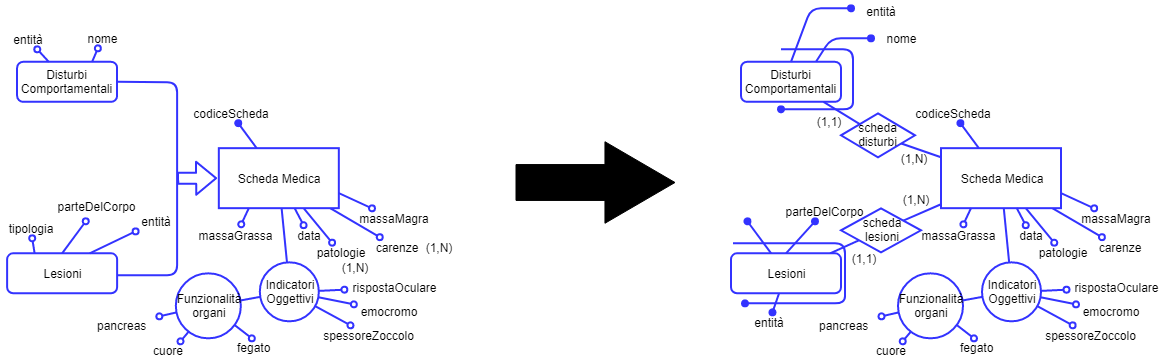
Before: ridondanze/scheda_medica.png, a diagram exported from draw.io (glmquint/Farmhouse). Source tidied: cells renumbered, new cells last; positions are measured from the earlier drawing's top-left corner, leaving out a move shared by most shapes.
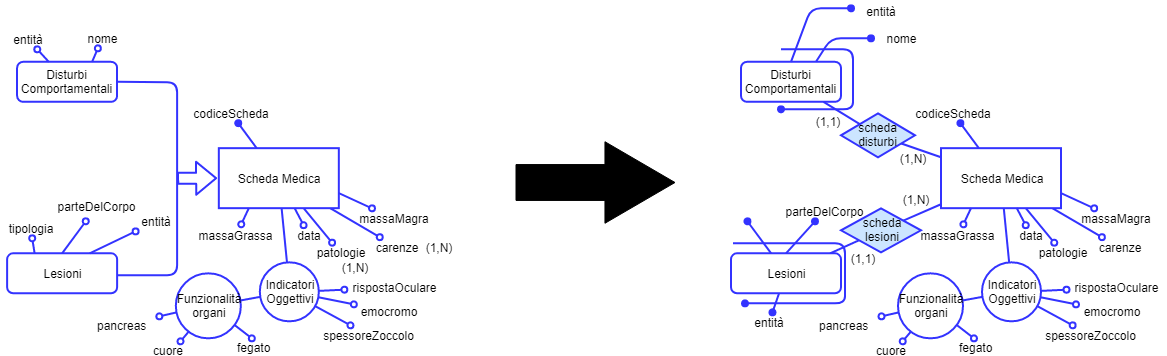
Later version of the same file.

Change to the diagram source:
```diff
@@ -260,13 +260,13 @@
     <mxCell id="80" style="edgeStyle=none;rounded=1;jettySize=auto;html=1;endArrow=none;endFill=0;strokeColor=#3333FF;strokeWidth=2;" parent="1" edge="1" source="81" target="51">
       <mxGeometry relative="1" as="geometry" />
     </mxCell>
-    <mxCell id="81" value="scheda&lt;br&gt;lesioni" style="rhombus;whiteSpace=wrap;html=1;strokeColor=#3333FF;strokeWidth=2;" parent="1" vertex="1">
+    <mxCell id="81" value="scheda&lt;br&gt;lesioni" style="rhombus;whiteSpace=wrap;html=1;strokeColor=#3333FF;strokeWidth=2;fillColor=#CCE5FF;" parent="1" vertex="1">
       <mxGeometry x="840.5" y="206.8" width="80" height="44" as="geometry" />
     </mxCell>
     <mxCell id="82" style="edgeStyle=none;rounded=1;jettySize=auto;html=1;endArrow=none;endFill=0;strokeColor=#3333FF;strokeWidth=2;" parent="1" edge="1" source="83" target="56">
       <mxGeometry relative="1" as="geometry" />
     </mxCell>
-    <mxCell id="83" value="scheda&lt;br&gt;disturbi" style="rhombus;whiteSpace=wrap;html=1;strokeColor=#3333FF;strokeWidth=2;" parent="1" vertex="1">
+    <mxCell id="83" value="scheda&lt;br&gt;disturbi" style="rhombus;whiteSpace=wrap;html=1;strokeColor=#3333FF;strokeWidth=2;fillColor=#CCE5FF;" parent="1" vertex="1">
       <mxGeometry x="840.5" y="111.8" width="74" height="44" as="geometry" />
     </mxCell>
     <mxCell id="84" value="(1,1)" style="text;html=1;strokeColor=none;fillColor=none;align=center;verticalAlign=middle;whiteSpace=wrap;rounded=0;" parent="1" vertex="1">
```
